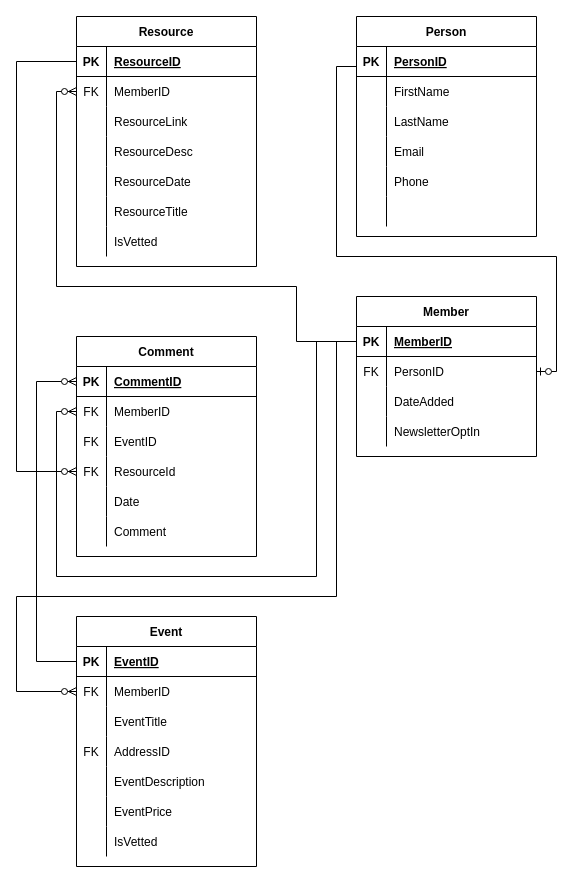
Above: Diagrams/ClimateEntityDiagram.drawio in BeartoothHiker/it-120-group-project (draw.io), before the change. Source tidied: cells renumbered, new cells numbered last; positions are measured from the earlier drawing's top-left corner, leaving out a move shared by most shapes. Both pictures are drawn from the tidied source at 100%, with x=0, y=0 at pixel (16, 16).
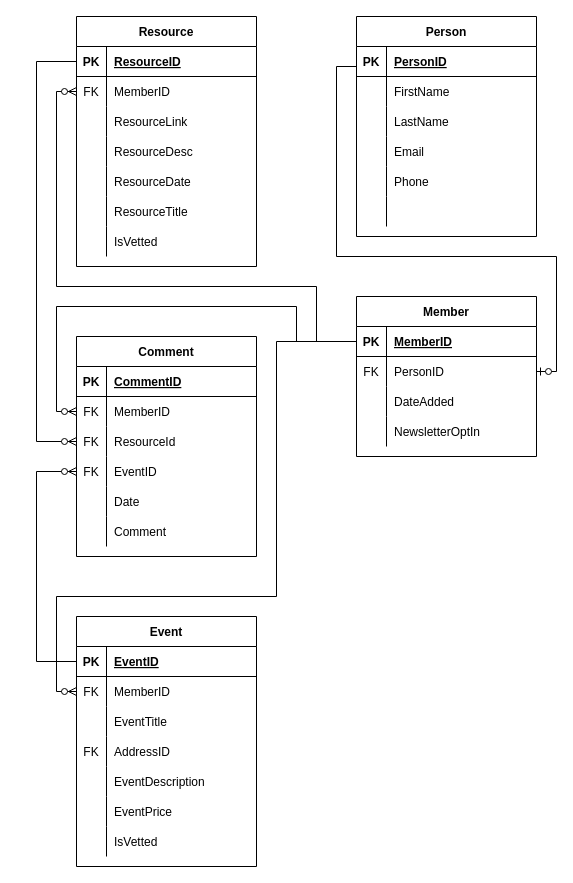
The same diagram, later.

Commit message:
cleanup relation arrows

The change refers to these unchanged cells:
```xml
<mxCell id="21" value="Comment" style="shape=table;startSize=30;childLayout=tableLayout;rowLines=0;fontStyle=1;align=center;" parent="1" vertex="1">
  <mxGeometry x="60" y="320" width="180" height="220" as="geometry" />
</mxCell>
<mxCell id="22" style="shape=partialRectangle;fillColor=none;top=0;left=0;bottom=1;right=0;points=[[0,0.5],[1,0.5]];portConstraint=eastwest;" parent="21" vertex="1">
  <mxGeometry y="30" width="180" height="30" as="geometry" />
</mxCell>
<mxCell id="25" style="shape=partialRectangle;fillColor=none;top=0;left=0;bottom=0;right=0;points=[[0,0.5],[1,0.5]];portConstraint=eastwest;" parent="21" vertex="1">
  <mxGeometry y="60" width="180" height="30" as="geometry" />
</mxCell>
<mxCell id="41" style="shape=partialRectangle;fillColor=none;top=0;left=0;bottom=1;right=0;points=[[0,0.5],[1,0.5]];portConstraint=eastwest;" parent="40" vertex="1">
  <mxGeometry y="30" width="180" height="30" as="geometry" />
</mxCell>
<mxCell id="44" style="shape=partialRectangle;fillColor=none;top=0;left=0;bottom=0;right=0;points=[[0,0.5],[1,0.5]];portConstraint=eastwest;" parent="40" vertex="1">
  <mxGeometry y="60" width="180" height="30" as="geometry" />
</mxCell>
<mxCell id="63" style="shape=partialRectangle;fillColor=none;top=0;left=0;bottom=1;right=0;points=[[0,0.5],[1,0.5]];portConstraint=eastwest;" parent="62" vertex="1">
  <mxGeometry y="30" width="180" height="30" as="geometry" />
</mxCell>
<mxCell id="66" style="shape=partialRectangle;fillColor=none;top=0;left=0;bottom=0;right=0;points=[[0,0.5],[1,0.5]];portConstraint=eastwest;" parent="62" vertex="1">
  <mxGeometry y="60" width="180" height="30" as="geometry" />
</mxCell>
<mxCell id="85" style="shape=partialRectangle;fillColor=none;top=0;left=0;bottom=1;right=0;points=[[0,0.5],[1,0.5]];portConstraint=eastwest;" parent="84" vertex="1">
  <mxGeometry y="30" width="180" height="30" as="geometry" />
</mxCell>
```

The edit, as a diff of the source:
```diff
@@
+    <mxCell id="31" style="shape=partialRectangle;fillColor=none;top=0;left=0;bottom=0;right=0;points=[[0,0.5],[1,0.5]];portConstraint=eastwest;" parent="21" vertex="1">
+      <mxGeometry y="90" width="180" height="30" as="geometry" />
+    </mxCell>
+    <mxCell id="32" value="FK" style="shape=partialRectangle;fillColor=none;top=0;left=0;bottom=0;right=0;fontStyle=0;overflow=hidden;" parent="31" vertex="1">
+      <mxGeometry width="30" height="30" as="geometry" />
+    </mxCell>
+    <mxCell id="33" value="ResourceId" style="shape=partialRectangle;fillColor=none;top=0;left=0;bottom=0;right=0;align=left;spacingLeft=6;fontStyle=0;overflow=hidden;" parent="31" vertex="1">
+      <mxGeometry x="30" width="150" height="30" as="geometry" />
+    </mxCell>
     <mxCell id="28" style="shape=partialRectangle;fillColor=none;top=0;left=0;bottom=0;right=0;points=[[0,0.5],[1,0.5]];portConstraint=eastwest;" parent="21" vertex="1">
-      <mxGeometry y="90" width="180" height="30" as="geometry" />
+      <mxGeometry y="120" width="180" height="30" as="geometry" />
     </mxCell>
@@
-    <mxCell id="31" style="shape=partialRectangle;fillColor=none;top=0;left=0;bottom=0;right=0;points=[[0,0.5],[1,0.5]];portConstraint=eastwest;" parent="21" vertex="1">
-      <mxGeometry y="120" width="180" height="30" as="geometry" />
-    </mxCell>
-    <mxCell id="32" value="FK" style="shape=partialRectangle;fillColor=none;top=0;left=0;bottom=0;right=0;fontStyle=0;overflow=hidden;" parent="31" vertex="1">
-      <mxGeometry width="30" height="30" as="geometry" />
-    </mxCell>
-    <mxCell id="33" value="ResourceId" style="shape=partialRectangle;fillColor=none;top=0;left=0;bottom=0;right=0;align=left;spacingLeft=6;fontStyle=0;overflow=hidden;" parent="31" vertex="1">
-      <mxGeometry x="30" width="150" height="30" as="geometry" />
-    </mxCell>
@@
     <mxCell id="98" style="edgeStyle=orthogonalEdgeStyle;fontSize=12;html=1;endArrow=ERzeroToMany;endFill=1;rounded=0;exitX=0;exitY=0.5;exitDx=0;exitDy=0;entryX=0;entryY=0.5;entryDx=0;entryDy=0;" parent="1" edge="1" source="85" target="66">
       <mxGeometry relative="1" as="geometry">
         <Array as="points">
-          <mxPoint x="320" y="325" />
-          <mxPoint x="320" y="580" />
-          <mxPoint y="580" />
-          <mxPoint y="675" />
+          <mxPoint x="260" y="325" />
+          <mxPoint x="260" y="580" />
+          <mxPoint x="40" y="580" />
+          <mxPoint x="40" y="675" />
         </Array>
       </mxGeometry>
     </mxCell>
     <mxCell id="99" style="edgeStyle=orthogonalEdgeStyle;fontSize=12;html=1;endArrow=ERzeroToMany;endFill=1;rounded=0;elbow=vertical;exitX=0;exitY=0.5;exitDx=0;exitDy=0;entryX=0;entryY=0.5;entryDx=0;entryDy=0;" parent="1" edge="1" source="85" target="25">
       <mxGeometry relative="1" as="geometry">
         <Array as="points">
-          <mxPoint x="300" y="325" />
-          <mxPoint x="300" y="560" />
-          <mxPoint x="40" y="560" />
+          <mxPoint x="280" y="325" />
+          <mxPoint x="280" y="290" />
+          <mxPoint x="40" y="290" />
           <mxPoint x="40" y="395" />
         </Array>
       </mxGeometry>
     </mxCell>
     <mxCell id="100" style="edgeStyle=orthogonalEdgeStyle;fontSize=12;html=1;endArrow=ERzeroToMany;endFill=1;rounded=0;entryX=0;entryY=0.5;entryDx=0;entryDy=0;exitX=0;exitY=0.5;exitDx=0;exitDy=0;" parent="1" edge="1" source="85" target="44">
       <mxGeometry relative="1" as="geometry">
         <Array as="points">
-          <mxPoint x="280" y="325" />
-          <mxPoint x="280" y="270" />
+          <mxPoint x="300" y="325" />
+          <mxPoint x="300" y="270" />
           <mxPoint x="40" y="270" />
           <mxPoint x="40" y="75" />
         </Array>
       </mxGeometry>
     </mxCell>
-    <mxCell id="101" style="edgeStyle=orthogonalEdgeStyle;fontSize=12;html=1;endArrow=ERzeroToMany;endFill=1;rounded=0;exitX=0;exitY=0.5;exitDx=0;exitDy=0;entryX=0;entryY=0.5;entryDx=0;entryDy=0;" parent="1" edge="1" source="63" target="22">
+    <mxCell id="101" style="edgeStyle=orthogonalEdgeStyle;fontSize=12;html=1;endArrow=ERzeroToMany;endFill=1;rounded=0;exitX=0;exitY=0.5;exitDx=0;exitDy=0;entryX=0;entryY=0.5;entryDx=0;entryDy=0;" parent="1" edge="1" source="63" target="28">
       <mxGeometry relative="1" as="geometry">
         <Array as="points">
           <mxPoint x="20" y="645" />
-          <mxPoint x="20" y="365" />
+          <mxPoint x="20" y="455" />
         </Array>
       </mxGeometry>
     </mxCell>
     <mxCell id="102" style="edgeStyle=orthogonalEdgeStyle;fontSize=12;html=1;endArrow=ERzeroToMany;endFill=1;rounded=0;entryX=0;entryY=0.5;entryDx=0;entryDy=0;exitX=0;exitY=0.5;exitDx=0;exitDy=0;" parent="1" edge="1" source="41" target="31">
       <mxGeometry relative="1" as="geometry">
         <Array as="points">
-          <mxPoint y="45" />
-          <mxPoint y="455" />
+          <mxPoint x="20" y="45" />
+          <mxPoint x="20" y="425" />
         </Array>
       </mxGeometry>
     </mxCell>
```
